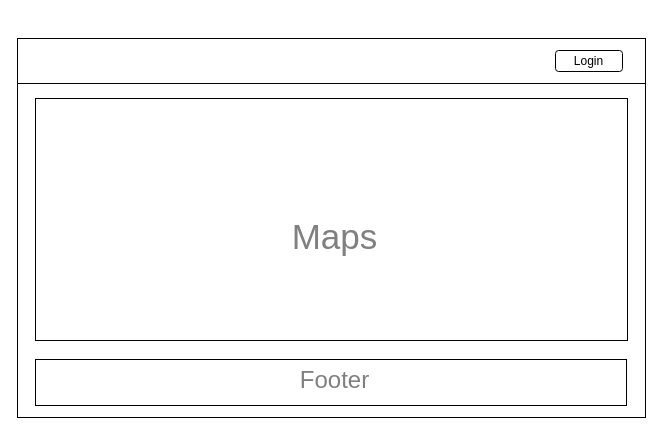
Before: page "Maps" (2 of 27) of mockup gis.drawio in AmirRazer/DrawIoErd, a draw.io diagram. Source tidied: cells renumbered, new cells numbered last; positions are measured from the earlier drawing's top-left corner, leaving out a move shared by most shapes. Both pictures are drawn from the tidied source at 100%, with x=0, y=0 at pixel (17, 38).
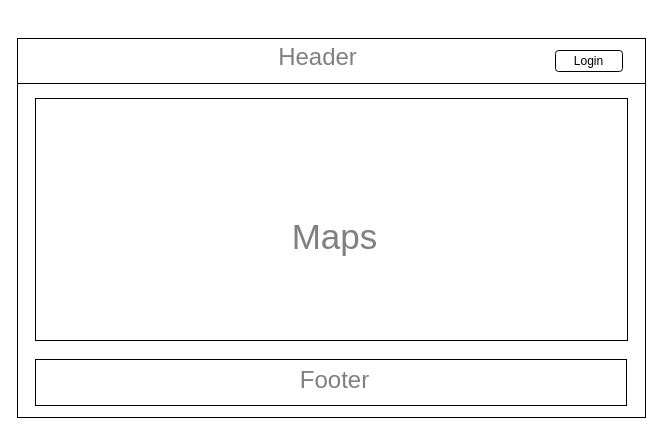
The same diagram, later.

The edit, as a diff of the source:
```diff
@@
 <mxGraphModel>
   <root>
     <mxCell id="0" />
     <mxCell id="1" parent="0" />
     <mxCell id="2" style="rounded=0;whiteSpace=wrap;html=1;" parent="1" vertex="1">
       <mxGeometry width="628" height="379" as="geometry" />
     </mxCell>
     <mxCell id="3" style="rounded=0;whiteSpace=wrap;html=1;" parent="1" vertex="1">
       <mxGeometry width="628" height="45" as="geometry" />
     </mxCell>
     <mxCell id="4" value="Login" style="rounded=1;whiteSpace=wrap;html=1;" parent="1" vertex="1">
       <mxGeometry x="538" y="12" width="67" height="21" as="geometry" />
     </mxCell>
     <mxCell id="5" style="rounded=0;whiteSpace=wrap;html=1;" parent="1" vertex="1">
       <mxGeometry x="18" y="60" width="592" height="242" as="geometry" />
     </mxCell>
     <mxCell id="6" style="rounded=0;whiteSpace=wrap;html=1;" parent="1" vertex="1">
       <mxGeometry x="18" y="321" width="591" height="46" as="geometry" />
     </mxCell>
     <mxCell id="7" value="&lt;font style=&quot;font-size: 35px;&quot;&gt;Maps&lt;/font&gt;" style="text;html=1;align=center;verticalAlign=middle;whiteSpace=wrap;rounded=0;fontSize=16;fontColor=#808080;" parent="1" vertex="1">
       <mxGeometry x="197" y="158" width="241" height="80" as="geometry" />
     </mxCell>
     <mxCell id="8" value="&lt;font style=&quot;font-size: 24px;&quot;&gt;Footer&lt;/font&gt;" style="text;html=1;align=center;verticalAlign=middle;whiteSpace=wrap;rounded=0;fontSize=16;fontColor=#808080;" parent="1" vertex="1">
       <mxGeometry x="197" y="302" width="241" height="80" as="geometry" />
     </mxCell>
+    <mxCell id="9" value="&lt;font style=&quot;font-size: 24px;&quot;&gt;Header&lt;/font&gt;" style="text;html=1;align=center;verticalAlign=middle;whiteSpace=wrap;rounded=0;fontSize=16;fontColor=#808080;" parent="1" vertex="1">
+      <mxGeometry x="180" y="-21" width="241" height="80" as="geometry" />
+    </mxCell>
   </root>
 </mxGraphModel>
```
